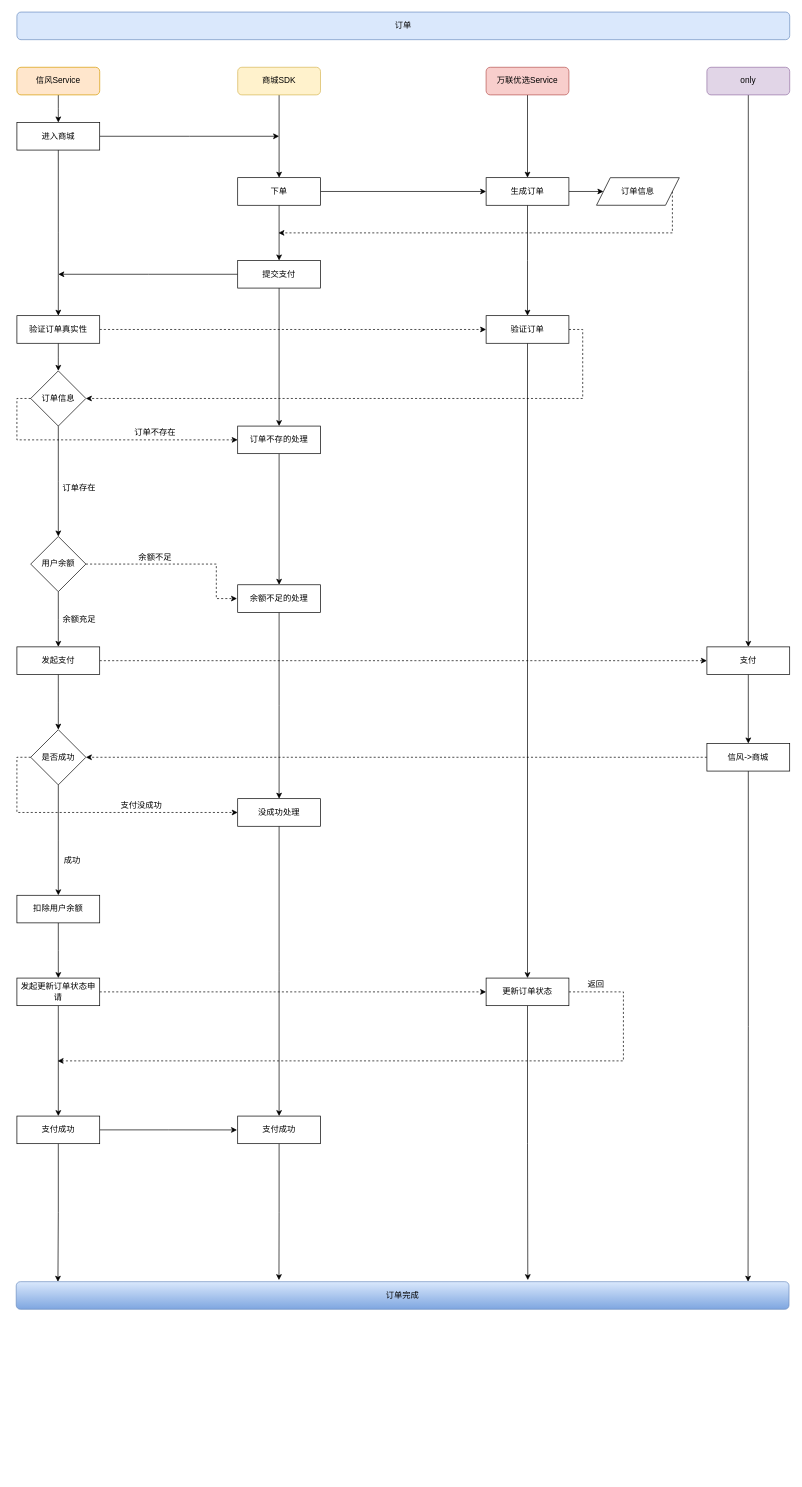
Earlier version of the draw.io diagram drawio/订单.drawio (cjade/flow). Source tidied: cells renumbered, new cells numbered last; positions are measured from the earlier drawing's top-left corner, leaving out a move shared by most shapes. Both pictures are drawn from the tidied source at 69%, with x=0, y=0 at pixel (16, 12).
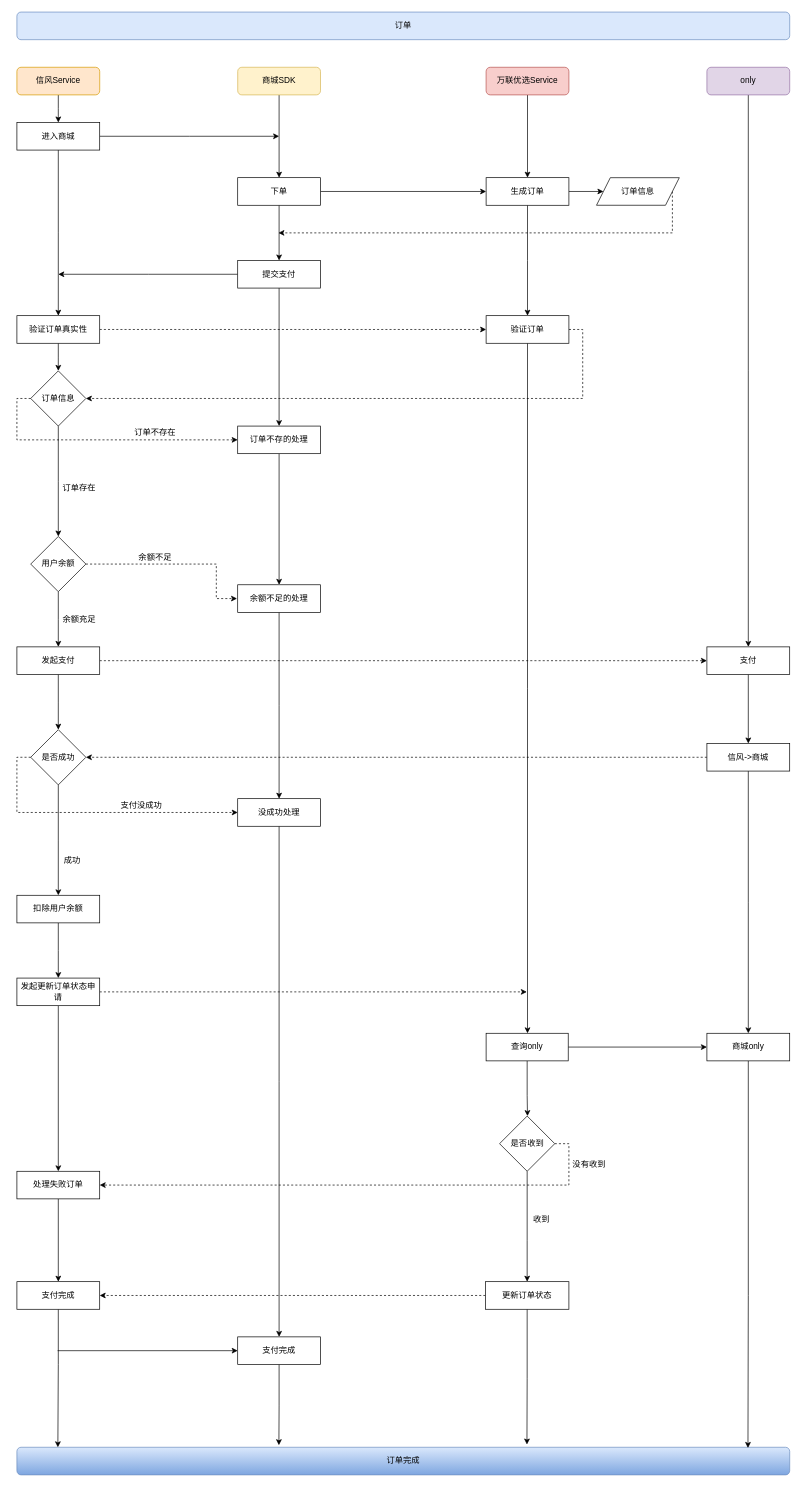
After the change.

Unchanged cells that the change refers to:
```xml
<mxCell id="32" value="验证订单" style="rounded=0;whiteSpace=wrap;html=1;" parent="1" vertex="1">
  <mxGeometry x="681" y="440" width="120" height="40" as="geometry" />
</mxCell>
<mxCell id="54" value="信风-&amp;gt;商城" style="whiteSpace=wrap;html=1;" parent="1" vertex="1">
  <mxGeometry x="1001" y="1060" width="120" height="40" as="geometry" />
</mxCell>
<mxCell id="59" value="没成功处理" style="whiteSpace=wrap;html=1;" parent="1" vertex="1">
  <mxGeometry x="321" y="1140" width="120" height="40" as="geometry" />
</mxCell>
<mxCell id="66" value="发起更新订单状态申请" style="rounded=0;whiteSpace=wrap;html=1;" parent="1" vertex="1">
  <mxGeometry x="1" y="1400" width="120" height="40" as="geometry" />
</mxCell>
```

What changed in the source:
```diff
@@
-    <mxCell id="30" style="edgeStyle=orthogonalEdgeStyle;rounded=0;jettySize=auto;html=1;exitX=0.5;exitY=1;exitDx=0;exitDy=0;strokeColor=#000000;entryX=0.5;entryY=0;entryDx=0;entryDy=0;" parent="1" edge="1" source="32" target="69">
-      <mxGeometry relative="1" as="geometry" />
+    <mxCell id="30" style="edgeStyle=orthogonalEdgeStyle;rounded=0;jettySize=auto;html=1;exitX=0.5;exitY=1;exitDx=0;exitDy=0;strokeColor=#000000;" parent="1" edge="1" source="32">
+      <mxGeometry relative="1" as="geometry">
+        <mxPoint x="741" y="1480" as="targetPoint" />
+      </mxGeometry>
     </mxCell>
@@
-    <mxCell id="53" style="edgeStyle=orthogonalEdgeStyle;rounded=0;jettySize=auto;html=1;exitX=0.5;exitY=1;exitDx=0;exitDy=0;entryX=0.947;entryY=0;entryDx=0;entryDy=0;entryPerimeter=0;strokeColor=#000000;" parent="1" edge="1" source="54" target="76">
-      <mxGeometry relative="1" as="geometry" />
+    <mxCell id="53" style="edgeStyle=orthogonalEdgeStyle;rounded=0;jettySize=auto;html=1;exitX=0.5;exitY=1;exitDx=0;exitDy=0;strokeColor=#000000;" parent="1" edge="1" source="54">
+      <mxGeometry relative="1" as="geometry">
+        <mxPoint x="1061" y="1480" as="targetPoint" />
+      </mxGeometry>
     </mxCell>
@@
     <mxCell id="58" style="edgeStyle=orthogonalEdgeStyle;rounded=0;jettySize=auto;html=1;exitX=0.5;exitY=1;exitDx=0;exitDy=0;strokeColor=#000000;" parent="1" edge="1" source="59">
       <mxGeometry relative="1" as="geometry">
-        <mxPoint x="381" y="1600" as="targetPoint" />
+        <mxPoint x="381" y="1920" as="targetPoint" />
       </mxGeometry>
     </mxCell>
@@
-    <mxCell id="64" style="edgeStyle=orthogonalEdgeStyle;rounded=0;jettySize=auto;html=1;exitX=1;exitY=0.5;exitDx=0;exitDy=0;strokeColor=#000000;dashed=1;" parent="1" edge="1" source="66" target="69">
-      <mxGeometry relative="1" as="geometry" />
+    <mxCell id="64" style="edgeStyle=orthogonalEdgeStyle;rounded=0;jettySize=auto;html=1;exitX=1;exitY=0.5;exitDx=0;exitDy=0;strokeColor=#000000;dashed=1;" parent="1" edge="1" source="66">
+      <mxGeometry relative="1" as="geometry">
+        <mxPoint x="740" y="1420" as="targetPoint" />
+      </mxGeometry>
     </mxCell>
-    <mxCell id="65" style="edgeStyle=orthogonalEdgeStyle;rounded=0;jettySize=auto;html=1;exitX=0.5;exitY=1;exitDx=0;exitDy=0;strokeColor=#000000;" parent="1" edge="1" source="66">
-      <mxGeometry relative="1" as="geometry">
-        <mxPoint x="61" y="1600" as="targetPoint" />
-      </mxGeometry>
+    <mxCell id="65" style="edgeStyle=orthogonalEdgeStyle;rounded=0;jettySize=auto;html=1;exitX=0.5;exitY=1;exitDx=0;exitDy=0;strokeColor=#000000;entryX=0.5;entryY=0;entryDx=0;entryDy=0;" parent="1" edge="1" source="66" target="86">
+      <mxGeometry relative="1" as="geometry" />
     </mxCell>
@@
+    <mxCell id="76" value="订单完成" style="rounded=1;whiteSpace=wrap;html=1;fontSize=12;glass=0;strokeWidth=1;shadow=0;fillColor=#dae8fc;strokeColor=#6c8ebf;gradientColor=#7ea6e0;" parent="1" vertex="1">
+      <mxGeometry x="1" y="2080" width="1120" height="40" as="geometry" />
+    </mxCell>
+    <mxCell id="77" style="edgeStyle=orthogonalEdgeStyle;rounded=0;jettySize=auto;html=1;exitX=0.5;exitY=1;exitDx=0;exitDy=0;" parent="1" edge="1" source="79">
+      <mxGeometry relative="1" as="geometry">
+        <mxPoint x="741" y="1600" as="targetPoint" />
+        <Array as="points">
+          <mxPoint x="741" y="1570" />
+          <mxPoint x="741" y="1570" />
+        </Array>
+      </mxGeometry>
+    </mxCell>
+    <mxCell id="78" style="edgeStyle=orthogonalEdgeStyle;rounded=0;jettySize=auto;html=1;exitX=1;exitY=0.5;exitDx=0;exitDy=0;entryX=0;entryY=0.5;entryDx=0;entryDy=0;" parent="1" edge="1" source="79" target="84">
+      <mxGeometry relative="1" as="geometry" />
+    </mxCell>
+    <mxCell id="79" value="查询only" style="whiteSpace=wrap;html=1;" parent="1" vertex="1">
+      <mxGeometry x="681" y="1480" width="119" height="40" as="geometry" />
+    </mxCell>
+    <mxCell id="80" style="edgeStyle=orthogonalEdgeStyle;rounded=0;jettySize=auto;html=1;exitX=0.5;exitY=1;exitDx=0;exitDy=0;entryX=0.5;entryY=0;entryDx=0;entryDy=0;" parent="1" edge="1" source="82" target="69">
+      <mxGeometry relative="1" as="geometry">
+        <Array as="points">
+          <mxPoint x="741" y="1780" />
+          <mxPoint x="741" y="1780" />
+        </Array>
+      </mxGeometry>
+    </mxCell>
+    <mxCell id="81" style="edgeStyle=orthogonalEdgeStyle;rounded=0;jettySize=auto;html=1;exitX=1;exitY=0.5;exitDx=0;exitDy=0;entryX=1;entryY=0.5;entryDx=0;entryDy=0;dashed=1;" parent="1" edge="1" source="82" target="86">
+      <mxGeometry relative="1" as="geometry">
+        <Array as="points">
+          <mxPoint x="801" y="1640" />
+          <mxPoint x="801" y="1700" />
+        </Array>
+      </mxGeometry>
+    </mxCell>
+    <mxCell id="82" value="是否收到" style="rhombus;whiteSpace=wrap;html=1;" parent="1" vertex="1">
+      <mxGeometry x="700.5" y="1600" width="80" height="80" as="geometry" />
+    </mxCell>
+    <mxCell id="83" style="edgeStyle=orthogonalEdgeStyle;rounded=0;jettySize=auto;html=1;exitX=0.5;exitY=1;exitDx=0;exitDy=0;entryX=0.946;entryY=0.025;entryDx=0;entryDy=0;entryPerimeter=0;" parent="1" edge="1" source="84" target="76">
+      <mxGeometry relative="1" as="geometry">
+        <Array as="points">
+          <mxPoint x="1061" y="1860" />
+          <mxPoint x="1061" y="1860" />
+        </Array>
+      </mxGeometry>
+    </mxCell>
+    <mxCell id="84" value="商城only" style="whiteSpace=wrap;html=1;" parent="1" vertex="1">
+      <mxGeometry x="1001" y="1480" width="120" height="40" as="geometry" />
+    </mxCell>
+    <mxCell id="85" style="edgeStyle=orthogonalEdgeStyle;rounded=0;jettySize=auto;html=1;exitX=0.5;exitY=1;exitDx=0;exitDy=0;entryX=0.5;entryY=0;entryDx=0;entryDy=0;" parent="1" edge="1" source="86" target="90">
+      <mxGeometry relative="1" as="geometry" />
+    </mxCell>
+    <mxCell id="86" value="处理失败订单" style="whiteSpace=wrap;html=1;" parent="1" vertex="1">
+      <mxGeometry x="1" y="1680" width="120" height="40" as="geometry" />
+    </mxCell>
+    <mxCell id="87" value="没有收到" style="text;html=1;align=center;verticalAlign=middle;" parent="1" vertex="1">
+      <mxGeometry x="800" y="1660" width="60" height="20" as="geometry" />
+    </mxCell>
+    <mxCell id="88" style="edgeStyle=orthogonalEdgeStyle;rounded=0;jettySize=auto;html=1;exitX=0;exitY=0.5;exitDx=0;exitDy=0;entryX=1;entryY=0.5;entryDx=0;entryDy=0;dashed=1;" parent="1" edge="1" source="69" target="90">
+      <mxGeometry relative="1" as="geometry" />
+    </mxCell>
-    <mxCell id="67" style="edgeStyle=orthogonalEdgeStyle;rounded=0;jettySize=auto;html=1;exitX=0.5;exitY=1;exitDx=0;exitDy=0;strokeColor=#000000;entryX=0.662;entryY=-0.056;entryDx=0;entryDy=0;entryPerimeter=0;" parent="1" edge="1" source="69" target="76">
+    <mxCell id="67" style="edgeStyle=orthogonalEdgeStyle;rounded=0;jettySize=auto;html=1;exitX=0.5;exitY=1;exitDx=0;exitDy=0;entryX=0.66;entryY=-0.1;entryDx=0;entryDy=0;entryPerimeter=0;" parent="1" edge="1" source="69" target="76">
       <mxGeometry relative="1" as="geometry" />
     </mxCell>
-    <mxCell id="68" style="edgeStyle=orthogonalEdgeStyle;rounded=0;jettySize=auto;html=1;exitX=1;exitY=0.5;exitDx=0;exitDy=0;dashed=1;strokeColor=#000000;" parent="1" edge="1" source="69">
-      <mxGeometry relative="1" as="geometry">
-        <mxPoint x="60" y="1520" as="targetPoint" />
-        <Array as="points">
-          <mxPoint x="880" y="1420" />
-          <mxPoint x="880" y="1520" />
-        </Array>
-      </mxGeometry>
-    </mxCell>
     <mxCell id="69" value="更新订单状态" style="whiteSpace=wrap;html=1;" parent="1" vertex="1">
-      <mxGeometry x="681" y="1400" width="120" height="40" as="geometry" />
+      <mxGeometry x="680" y="1840" width="121" height="40" as="geometry" />
     </mxCell>
-    <mxCell id="70" value="返回" style="text;html=1;align=center;verticalAlign=middle;" parent="1" vertex="1">
-      <mxGeometry x="820" y="1400" width="40" height="20" as="geometry" />
-    </mxCell>
-    <mxCell id="71" style="edgeStyle=orthogonalEdgeStyle;rounded=0;jettySize=auto;html=1;exitX=1;exitY=0.5;exitDx=0;exitDy=0;strokeColor=#000000;" parent="1" edge="1" source="73">
-      <mxGeometry relative="1" as="geometry">
-        <mxPoint x="320" y="1620.1" as="targetPoint" />
-      </mxGeometry>
-    </mxCell>
-    <mxCell id="72" style="edgeStyle=orthogonalEdgeStyle;rounded=0;jettySize=auto;html=1;exitX=0.5;exitY=1;exitDx=0;exitDy=0;strokeColor=#000000;entryX=0.054;entryY=0.003;entryDx=0;entryDy=0;entryPerimeter=0;" parent="1" edge="1" source="73" target="76">
-      <mxGeometry relative="1" as="geometry" />
-    </mxCell>
-    <mxCell id="73" value="支付成功" style="whiteSpace=wrap;html=1;" parent="1" vertex="1">
-      <mxGeometry x="1" y="1600" width="120" height="40" as="geometry" />
-    </mxCell>
-    <mxCell id="74" style="edgeStyle=orthogonalEdgeStyle;rounded=0;jettySize=auto;html=1;exitX=0.5;exitY=1;exitDx=0;exitDy=0;entryX=0.34;entryY=-0.056;entryDx=0;entryDy=0;entryPerimeter=0;strokeColor=#000000;" parent="1" edge="1" source="75" target="76">
-      <mxGeometry relative="1" as="geometry" />
-    </mxCell>
-    <mxCell id="75" value="支付成功" style="whiteSpace=wrap;html=1;" parent="1" vertex="1">
-      <mxGeometry x="321" y="1600" width="120" height="40" as="geometry" />
-    </mxCell>
-    <mxCell id="76" value="订单完成" style="rounded=1;whiteSpace=wrap;html=1;fontSize=12;glass=0;strokeWidth=1;shadow=0;fillColor=#dae8fc;strokeColor=#6c8ebf;gradientColor=#7ea6e0;" parent="1" vertex="1">
-      <mxGeometry y="1840" width="1120" height="40" as="geometry" />
-    </mxCell>
+    <mxCell id="89" style="edgeStyle=orthogonalEdgeStyle;rounded=0;jettySize=auto;html=1;exitX=0.5;exitY=1;exitDx=0;exitDy=0;entryX=0.053;entryY=0;entryDx=0;entryDy=0;entryPerimeter=0;" parent="1" edge="1" source="90" target="76">
+      <mxGeometry relative="1" as="geometry">
+        <Array as="points">
+          <mxPoint x="61" y="1960" />
+        </Array>
+      </mxGeometry>
+    </mxCell>
+    <mxCell id="90" value="支付完成" style="whiteSpace=wrap;html=1;" parent="1" vertex="1">
+      <mxGeometry x="1" y="1840" width="120" height="40" as="geometry" />
+    </mxCell>
+    <mxCell id="91" value="收到" style="text;html=1;align=center;verticalAlign=middle;" parent="1" vertex="1">
+      <mxGeometry x="740.5" y="1740" width="40" height="20" as="geometry" />
+    </mxCell>
+    <mxCell id="92" style="edgeStyle=orthogonalEdgeStyle;rounded=0;jettySize=auto;html=1;exitX=0.5;exitY=1;exitDx=0;exitDy=0;entryX=0.339;entryY=-0.075;entryDx=0;entryDy=0;entryPerimeter=0;" parent="1" edge="1" source="93" target="76">
+      <mxGeometry relative="1" as="geometry" />
+    </mxCell>
+    <mxCell id="93" value="支付完成" style="whiteSpace=wrap;html=1;" parent="1" vertex="1">
+      <mxGeometry x="321" y="1920" width="120" height="40" as="geometry" />
+    </mxCell>
+    <mxCell id="94" style="endArrow=classic;html=1;entryX=0;entryY=0.5;entryDx=0;entryDy=0;" parent="1" edge="1" target="93">
+      <mxGeometry relative="1" as="geometry">
+        <mxPoint x="60" y="1940" as="sourcePoint" />
+      </mxGeometry>
+    </mxCell>
```
